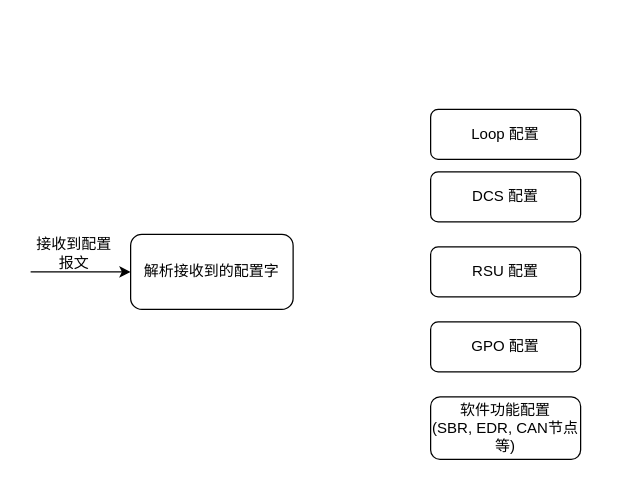
woshitanwang/pics_procdure keeps this draw.io diagram as CarCfgTest.drawio. Above is the earlier version. Source tidied: cells renumbered, new cells numbered last; positions are measured from the earlier drawing's top-left corner, leaving out a move shared by most shapes. Both pictures are drawn from the tidied source at 125%, with x=0, y=0 at pixel (30, 109).
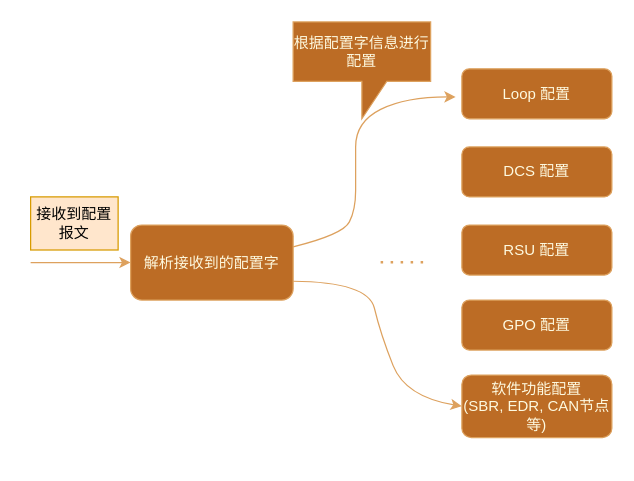
The same diagram, later.

Change to the diagram source:
```diff
@@
-    <mxCell id="2" style="endArrow=classic;html=1;rounded=0;" parent="1" edge="1">
+    <mxCell id="2" style="endArrow=classic;html=1;rounded=0;labelBackgroundColor=none;strokeColor=#DDA15E;fontColor=default;" parent="1" edge="1">
       <mxGeometry relative="1" as="geometry">
-        <mxPoint y="130" as="sourcePoint" />
-        <mxPoint x="80" y="130" as="targetPoint" />
+        <mxPoint y="122.5" as="sourcePoint" />
+        <mxPoint x="80" y="122.5" as="targetPoint" />
       </mxGeometry>
     </mxCell>
-    <mxCell id="3" value="解析接收到的配置字" style="rounded=1;whiteSpace=wrap;html=1;" parent="1" vertex="1">
-      <mxGeometry x="80" y="100" width="130" height="60" as="geometry" />
+    <mxCell id="3" value="解析接收到的配置字" style="rounded=1;whiteSpace=wrap;html=1;labelBackgroundColor=none;fillColor=#BC6C25;strokeColor=#DDA15E;fontColor=#FEFAE0;" parent="1" vertex="1">
+      <mxGeometry x="80" y="92.5" width="130" height="60" as="geometry" />
     </mxCell>
-    <mxCell id="4" value="接收到配置报文" style="text;html=1;align=center;verticalAlign=middle;whiteSpace=wrap;rounded=0;" parent="1" vertex="1">
-      <mxGeometry y="100" width="70" height="30" as="geometry" />
+    <mxCell id="4" value="接收到配置报文" style="text;html=1;align=center;verticalAlign=middle;whiteSpace=wrap;rounded=0;labelBackgroundColor=none;fillColor=#ffe6cc;strokeColor=#d79b00;" parent="1" vertex="1">
+      <mxGeometry y="70" width="70" height="42.5" as="geometry" />
     </mxCell>
-    <mxCell id="5" value="Loop 配置" style="rounded=1;whiteSpace=wrap;html=1;" parent="1" vertex="1">
-      <mxGeometry x="320" width="120" height="40" as="geometry" />
+    <mxCell id="5" value="Loop 配置" style="rounded=1;whiteSpace=wrap;html=1;labelBackgroundColor=none;fillColor=#BC6C25;strokeColor=#DDA15E;fontColor=#FEFAE0;" parent="1" vertex="1">
+      <mxGeometry x="345" y="-32.5" width="120" height="40" as="geometry" />
     </mxCell>
-    <mxCell id="6" value="DCS 配置" style="rounded=1;whiteSpace=wrap;html=1;" parent="1" vertex="1">
-      <mxGeometry x="320" y="50" width="120" height="40" as="geometry" />
+    <mxCell id="6" value="DCS 配置" style="rounded=1;whiteSpace=wrap;html=1;labelBackgroundColor=none;fillColor=#BC6C25;strokeColor=#DDA15E;fontColor=#FEFAE0;" parent="1" vertex="1">
+      <mxGeometry x="345" y="30" width="120" height="40" as="geometry" />
     </mxCell>
-    <mxCell id="7" value="RSU 配置" style="rounded=1;whiteSpace=wrap;html=1;" parent="1" vertex="1">
-      <mxGeometry x="320" y="110" width="120" height="40" as="geometry" />
+    <mxCell id="7" value="RSU 配置" style="rounded=1;whiteSpace=wrap;html=1;labelBackgroundColor=none;fillColor=#BC6C25;strokeColor=#DDA15E;fontColor=#FEFAE0;" parent="1" vertex="1">
+      <mxGeometry x="345" y="92.5" width="120" height="40" as="geometry" />
     </mxCell>
-    <mxCell id="8" value="GPO 配置" style="rounded=1;whiteSpace=wrap;html=1;" parent="1" vertex="1">
-      <mxGeometry x="320" y="170" width="120" height="40" as="geometry" />
+    <mxCell id="8" value="GPO 配置" style="rounded=1;whiteSpace=wrap;html=1;labelBackgroundColor=none;fillColor=#BC6C25;strokeColor=#DDA15E;fontColor=#FEFAE0;" parent="1" vertex="1">
+      <mxGeometry x="345" y="152.5" width="120" height="40" as="geometry" />
     </mxCell>
-    <mxCell id="9" value="软件功能配置&lt;div&gt;(SBR, EDR, CAN节点等)&lt;/div&gt;" style="rounded=1;whiteSpace=wrap;html=1;" parent="1" vertex="1">
-      <mxGeometry x="320" y="230" width="120" height="50" as="geometry" />
+    <mxCell id="9" value="软件功能配置&lt;div&gt;(SBR, EDR, CAN节点等)&lt;/div&gt;" style="rounded=1;whiteSpace=wrap;html=1;labelBackgroundColor=none;fillColor=#BC6C25;strokeColor=#DDA15E;fontColor=#FEFAE0;" parent="1" vertex="1">
+      <mxGeometry x="345" y="212.5" width="120" height="50" as="geometry" />
     </mxCell>
+    <mxCell id="10" style="endArrow=none;dashed=1;html=1;dashPattern=1 3;strokeWidth=2;rounded=0;labelBackgroundColor=none;strokeColor=#DDA15E;fontColor=default;" parent="1" edge="1">
+      <mxGeometry relative="1" as="geometry">
+        <mxPoint x="280" y="122.3" as="sourcePoint" />
+        <mxPoint x="320" y="122.3" as="targetPoint" />
+      </mxGeometry>
+    </mxCell>
+    <mxCell id="11" style="curved=1;endArrow=classic;html=1;rounded=0;labelBackgroundColor=none;strokeColor=#DDA15E;fontColor=default;" parent="1" edge="1">
+      <mxGeometry relative="1" as="geometry">
+        <mxPoint x="210" y="110" as="sourcePoint" />
+        <mxPoint x="340" y="-10" as="targetPoint" />
+        <Array as="points">
+          <mxPoint x="250" y="100" />
+          <mxPoint x="260" y="80" />
+          <mxPoint x="260" y="50" />
+          <mxPoint x="260" y="10" />
+          <mxPoint x="300" y="-10" />
+        </Array>
+      </mxGeometry>
+    </mxCell>
+    <mxCell id="12" style="curved=1;endArrow=classic;html=1;rounded=0;exitX=1;exitY=0.75;exitDx=0;exitDy=0;entryX=0;entryY=0.5;entryDx=0;entryDy=0;labelBackgroundColor=none;strokeColor=#DDA15E;fontColor=default;" parent="1" edge="1" source="3" target="9">
+      <mxGeometry relative="1" as="geometry">
+        <Array as="points">
+          <mxPoint x="270" y="138" />
+          <mxPoint x="280" y="180" />
+          <mxPoint x="300" y="230" />
+        </Array>
+      </mxGeometry>
+    </mxCell>
+    <mxCell id="13" value="根据配置字信息进行配置" style="shape=callout;whiteSpace=wrap;html=1;perimeter=calloutPerimeter;strokeColor=#DDA15E;fontColor=#FEFAE0;fillColor=#BC6C25;rotation=0;labelBackgroundColor=none;" parent="1" vertex="1">
+      <mxGeometry x="210" y="-70" width="110" height="77.5" as="geometry" />
+    </mxCell>
```
